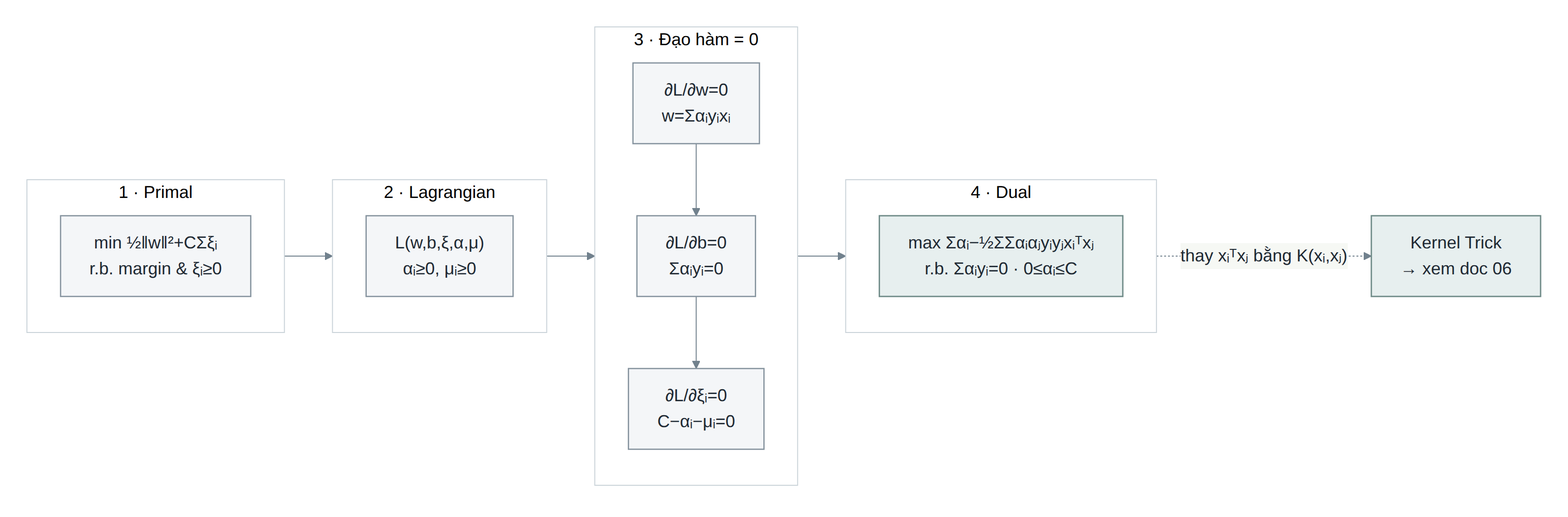
Before: docs/diagrams/lagrange_dual.png, a diagram exported from Mermaid (phucduocdoan/svm-optimization). Its source is kept beside it as docs/diagrams/lagrange_dual.mmd.
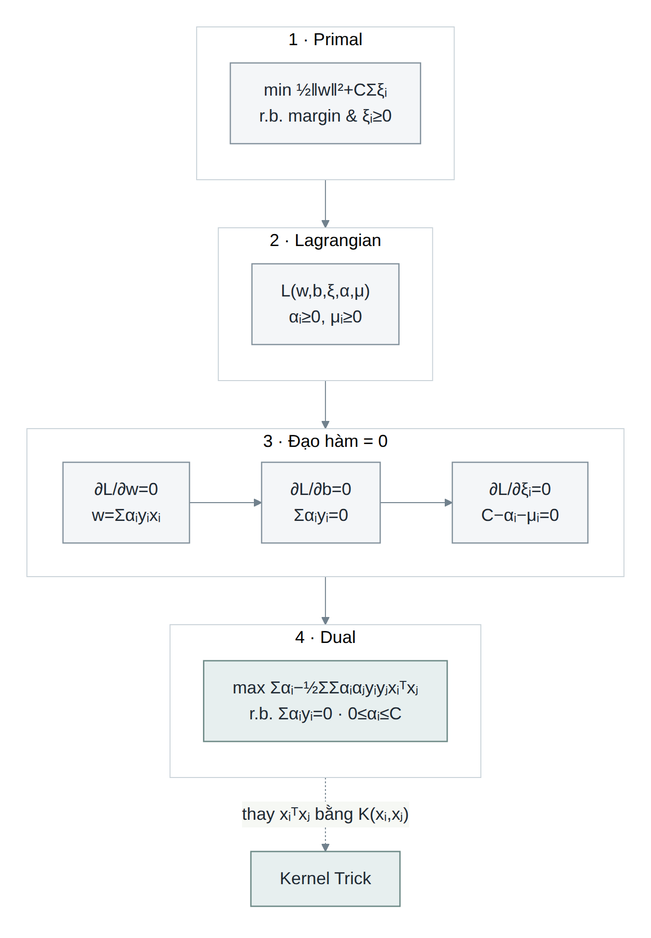
After the commit.

Diff of the diagram source:
```diff
@@ -1,4 +1,4 @@
-flowchart LR
+flowchart TB
   subgraph PRIMAL["1 · Primal"]
     direction TB
     A["min ½‖w‖²+CΣξᵢ<br/>r.b. margin & ξᵢ≥0"]
@@ -8,7 +8,7 @@
     B["L(w,b,ξ,α,μ)<br/>αᵢ≥0, μᵢ≥0"]
   end
   subgraph DAOHAM["3 · Đạo hàm = 0"]
-    direction TB
+    direction LR
     C["∂L/∂w=0<br/>w=Σαᵢyᵢxᵢ"] --> D["∂L/∂b=0<br/>Σαᵢyᵢ=0"] --> E["∂L/∂ξᵢ=0<br/>C−αᵢ−μᵢ=0"]
   end
   subgraph DUAL["4 · Dual"]
@@ -16,7 +16,7 @@
     F["max Σαᵢ−½ΣΣαᵢαⱼyᵢyⱼxᵢᵀxⱼ<br/>r.b. Σαᵢyᵢ=0 · 0≤αᵢ≤C"]
   end
   PRIMAL --> LAGRANGE --> DAOHAM --> DUAL
-  DUAL -. "thay xᵢᵀxⱼ bằng K(xᵢ,xⱼ)" .-> KERNEL["Kernel Trick<br/>→ xem doc 06"]
+  DUAL -. "thay xᵢᵀxⱼ bằng K(xᵢ,xⱼ)" .-> KERNEL["Kernel Trick"]
   classDef standard fill:#f4f6f8,stroke:#84929d,color:#1e2933,stroke-width:1.3px
   classDef focus fill:#e7efef,stroke:#6e8a87,color:#1e2933,stroke-width:1.4px
   class A,B,C,D,E standard
```
